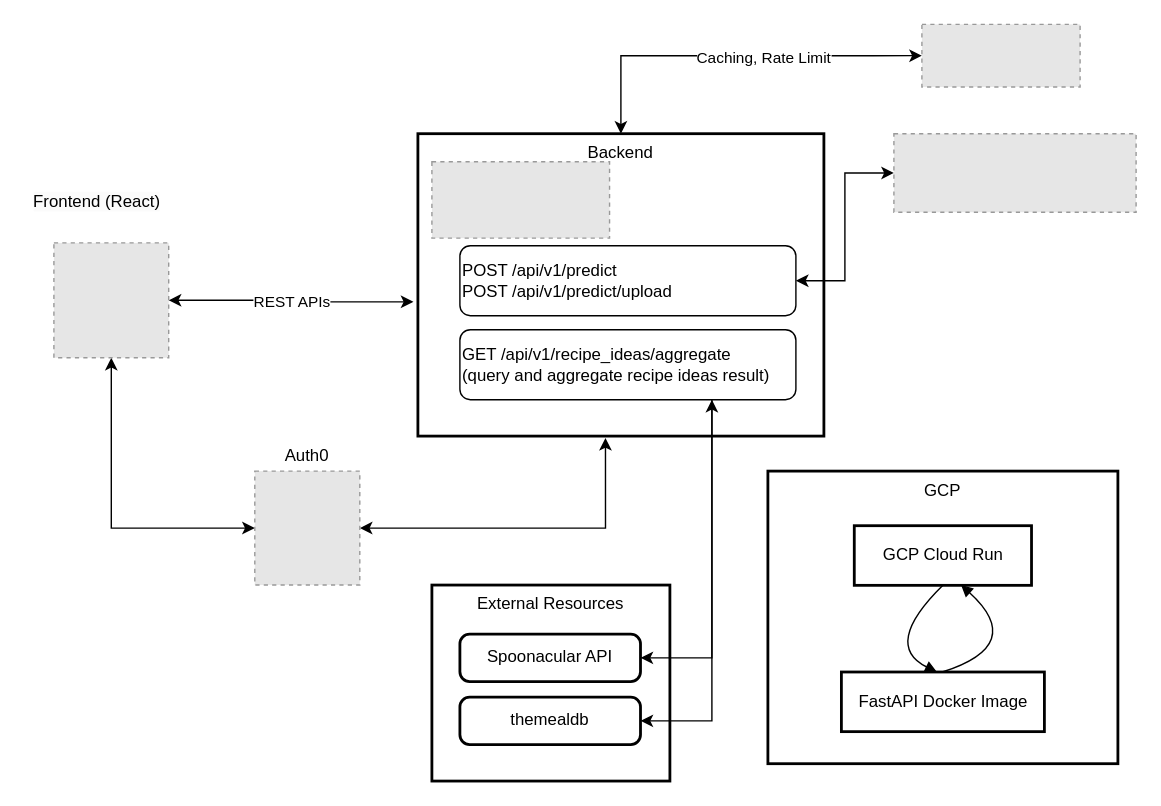
This is assets/recipes-finder.drawio from williamang171/recipes-finder-backend, a draw.io file, before an edit. Source tidied: cells renumbered, new cells numbered last; positions are measured from the earlier drawing's top-left corner, leaving out a move shared by most shapes. Both pictures are drawn from the tidied source at 140%, with x=0, y=0 at pixel (24, 24). Pictures stored in the file or linked from it are replaced by grey dashed boxes.
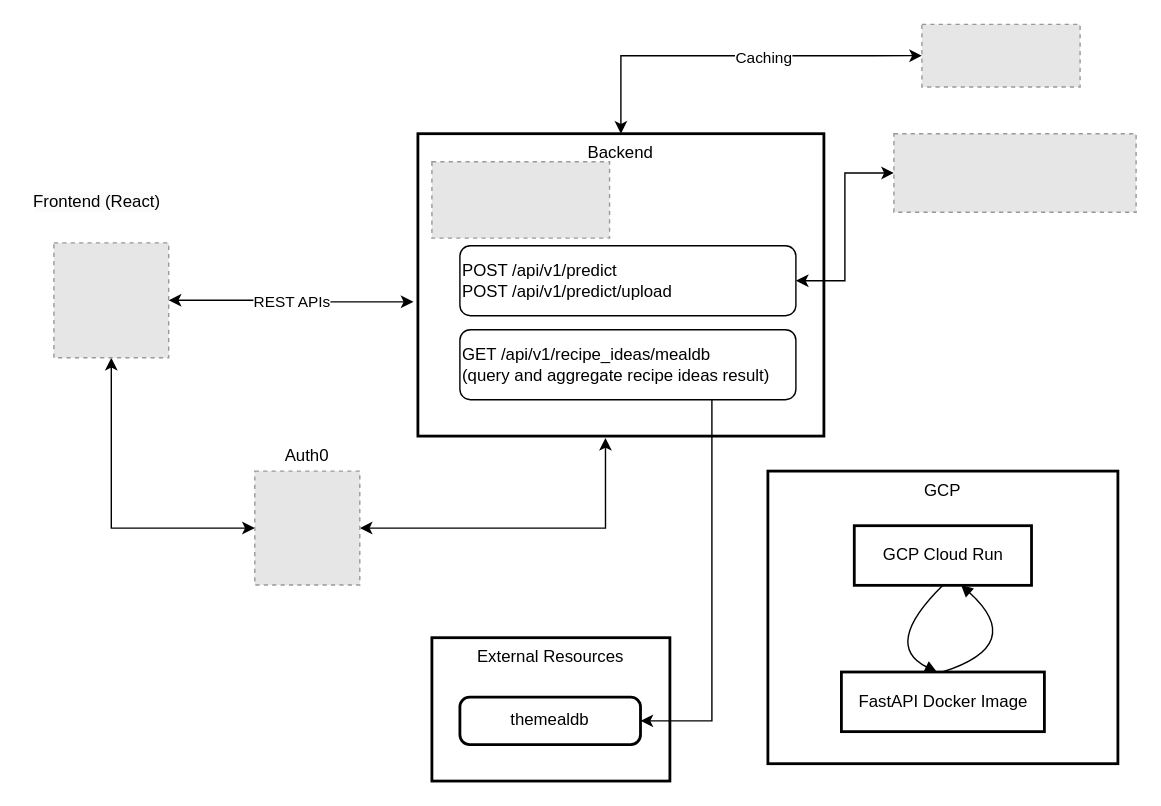
The same page after the edit.

The change refers to these unchanged cells:
```xml
<mxCell id="10" style="edgeStyle=orthogonalEdgeStyle;rounded=0;jettySize=auto;html=1;exitX=0.5;exitY=0;exitDx=0;exitDy=0;entryX=0;entryY=0.5;entryDx=0;entryDy=0;startArrow=classic;startFill=1;" parent="1" edge="1" source="12" target="27">
  <mxGeometry relative="1" as="geometry" />
</mxCell>
```

Change to the diagram source:
```diff
@@
     <mxCell id="2" value="External Resources" style="whiteSpace=wrap;strokeWidth=2;verticalAlign=top;" parent="1" vertex="1">
-      <mxGeometry x="291" y="400.4" width="170" height="140" as="geometry" />
+      <mxGeometry x="291" y="438" width="170" height="102.4" as="geometry" />
     </mxCell>
@@
-    <mxCell id="4" value="Spoonacular API" style="rounded=1;absoluteArcSize=1;arcSize=14;whiteSpace=wrap;strokeWidth=2;" parent="1" vertex="1">
-      <mxGeometry x="311" y="435.4" width="129" height="34" as="geometry" />
-    </mxCell>
@@
-    <mxCell id="11" value="Caching, Rate Limit" style="edgeLabel;html=1;align=center;verticalAlign=middle;" parent="10" vertex="1">
+    <mxCell id="11" value="Caching" style="edgeLabel;html=1;align=center;verticalAlign=middle;" parent="10" vertex="1">
       <mxGeometry x="0.16" y="-1" relative="1" as="geometry" />
     </mxCell>
@@
-    <mxCell id="24" style="edgeStyle=orthogonalEdgeStyle;rounded=0;jettySize=auto;html=1;exitX=0.75;exitY=1;exitDx=0;exitDy=0;entryX=1;entryY=0.5;entryDx=0;entryDy=0;startArrow=classic;startFill=1;" parent="1" edge="1" source="25" target="4">
-      <mxGeometry relative="1" as="geometry" />
-    </mxCell>
-    <mxCell id="25" value="&lt;div&gt;GET /api/v1/recipe_ideas/aggregate&lt;/div&gt;&lt;div&gt;(query and aggregate recipe ideas result)&lt;/div&gt;&lt;div&gt;&lt;/div&gt;" style="rounded=1;whiteSpace=wrap;html=1;align=left;strokeColor=default;" parent="1" vertex="1">
+    <mxCell id="25" value="&lt;div&gt;GET /api/v1/recipe_ideas/mealdb&lt;/div&gt;&lt;div&gt;(query and aggregate recipe ideas result)&lt;/div&gt;&lt;div&gt;&lt;/div&gt;" style="rounded=1;whiteSpace=wrap;html=1;align=left;strokeColor=default;" parent="1" vertex="1">
       <mxGeometry x="311" y="218" width="240" height="50" as="geometry" />
     </mxCell>
```
